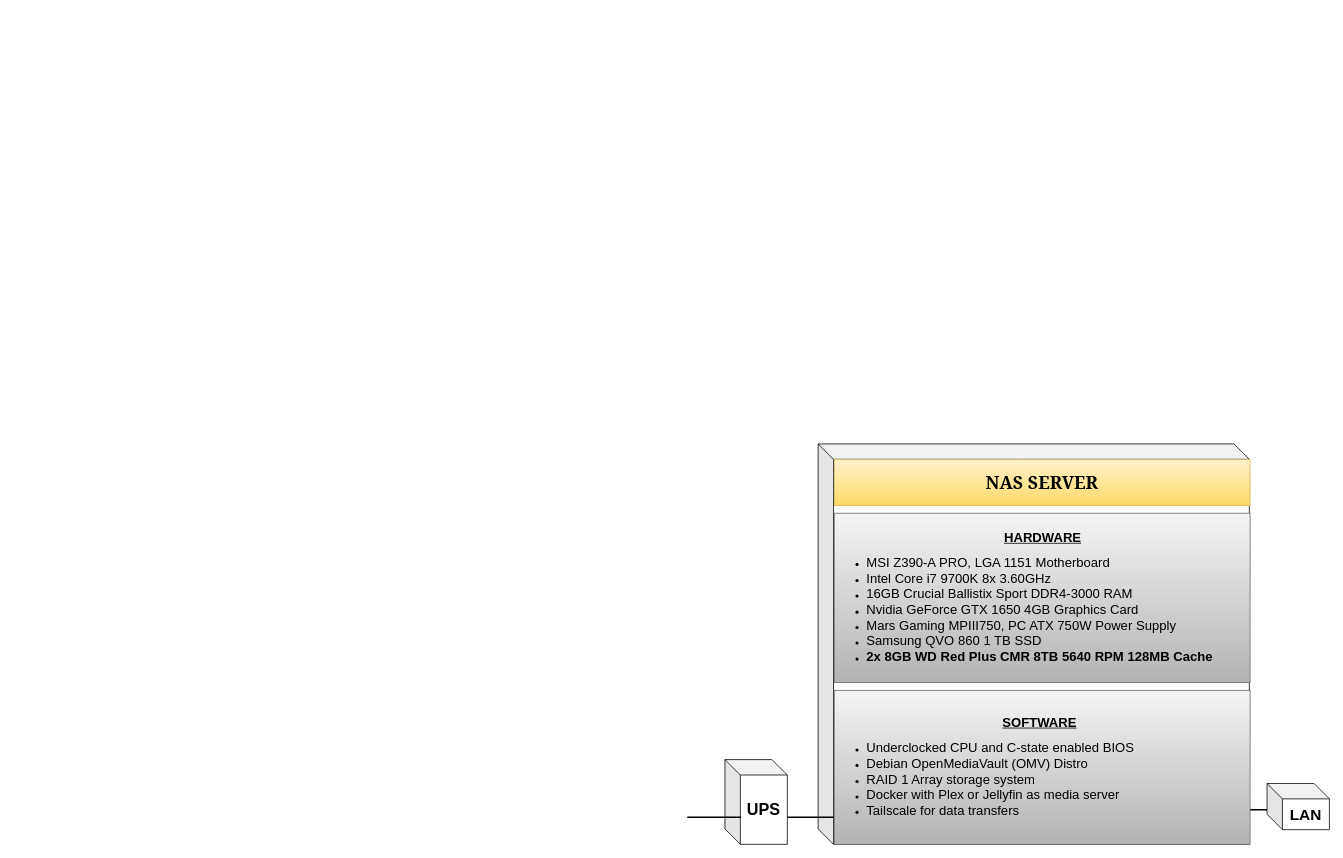
The draw.io diagram Untitled Diagram.drawio in azolash/diagram, before the edit. Source tidied: cells renumbered, new cells numbered last; positions are measured from the earlier drawing's top-left corner, leaving out a move shared by most shapes. Both pictures are drawn from the tidied source at 77%, with x=0, y=0 at pixel (687, 444).
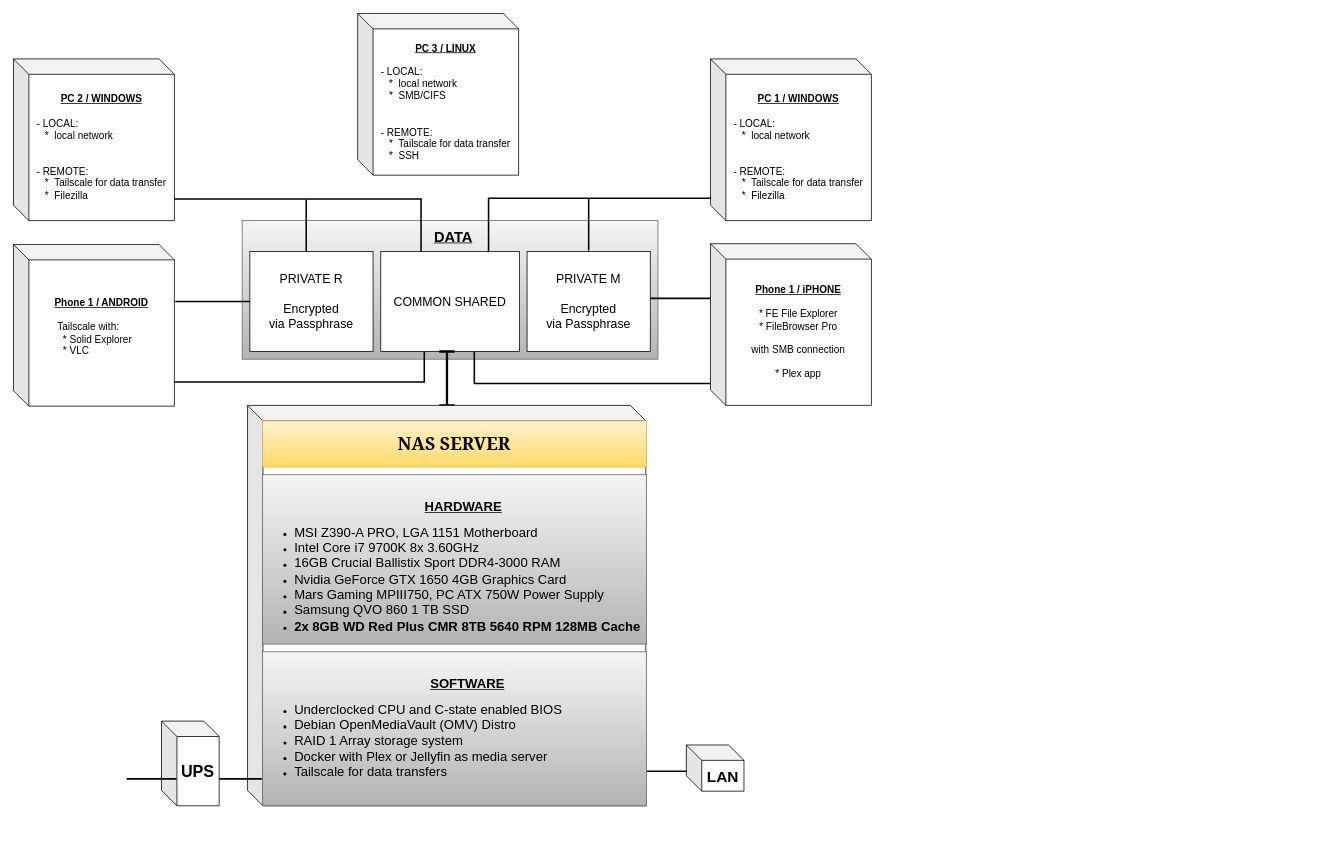
After the change.

Diff of the diagram source:
```diff
@@
-<mxGraphModel>
+<mxGraphModel background="light-dark(#FFFFFF,#000000)">
@@
+    <mxCell id="11" value="&lt;div&gt;&lt;font style=&quot;font-size: 13px;&quot;&gt;&lt;u&gt;&lt;b&gt;PC 1 /&amp;nbsp;&lt;/b&gt;&lt;/u&gt;&lt;/font&gt;&lt;font style=&quot;font-size: 13px;&quot;&gt;&lt;u&gt;&lt;b&gt;&lt;span style=&quot;color: light-dark(rgb(0, 0, 0), rgb(51, 51, 255));&quot;&gt;WINDOWS&lt;/span&gt;&lt;/b&gt;&lt;/u&gt;&lt;/font&gt;&lt;/div&gt;&lt;div&gt;&lt;font style=&quot;font-size: 13px;&quot;&gt;&lt;br&gt;&lt;/font&gt;&lt;/div&gt;&lt;div align=&quot;left&quot;&gt;&lt;font style=&quot;font-size: 13px;&quot;&gt;- LOCAL:&lt;/font&gt;&lt;/div&gt;&lt;div align=&quot;left&quot;&gt;&lt;font style=&quot;font-size: 13px;&quot;&gt;&amp;nbsp; &amp;nbsp;*&amp;nbsp; local network&lt;/font&gt;&lt;/div&gt;&lt;div align=&quot;left&quot;&gt;&lt;font style=&quot;font-size: 13px;&quot;&gt;&lt;br&gt;&lt;/font&gt;&lt;/div&gt;&lt;div align=&quot;left&quot;&gt;&lt;font style=&quot;font-size: 13px;&quot;&gt;&lt;br&gt;&lt;/font&gt;&lt;/div&gt;&lt;div align=&quot;left&quot;&gt;&lt;font style=&quot;font-size: 13px;&quot;&gt;- REMOTE:&lt;/font&gt;&lt;/div&gt;&lt;div align=&quot;left&quot;&gt;&lt;font style=&quot;font-size: 13px;&quot;&gt;&amp;nbsp; &amp;nbsp;*&amp;nbsp; Tailscale for data transfer&lt;/font&gt;&lt;/div&gt;&lt;div align=&quot;left&quot;&gt;&lt;font style=&quot;font-size: 13px;&quot;&gt;&amp;nbsp; &amp;nbsp;*&amp;nbsp; Filezilla&lt;/font&gt;&lt;/div&gt;" style="shape=cube;whiteSpace=wrap;html=1;boundedLbl=1;backgroundOutline=1;darkOpacity=0.05;darkOpacity2=0.1;" parent="1" vertex="1">
+      <mxGeometry x="30.2" y="-500" width="209" height="210" as="geometry" />
+    </mxCell>
+    <mxCell id="12" value="&lt;div&gt;&lt;font style=&quot;font-size: 13px;&quot;&gt;&lt;u&gt;&lt;b&gt;PC 3 / &lt;span style=&quot;color: light-dark(rgb(0, 0, 0), rgb(153, 255, 204));&quot;&gt;LINUX&lt;/span&gt;&lt;/b&gt;&lt;/u&gt;&lt;/font&gt;&lt;/div&gt;&lt;div&gt;&lt;font style=&quot;font-size: 13px;&quot;&gt;&lt;br&gt;&lt;/font&gt;&lt;/div&gt;&lt;div align=&quot;left&quot;&gt;&lt;font style=&quot;font-size: 13px;&quot;&gt;- LOCAL:&lt;/font&gt;&lt;/div&gt;&lt;div align=&quot;left&quot;&gt;&lt;font style=&quot;font-size: 13px;&quot;&gt;&amp;nbsp; &amp;nbsp;*&amp;nbsp; local network&amp;nbsp;&lt;/font&gt;&lt;/div&gt;&lt;div align=&quot;left&quot;&gt;&lt;font style=&quot;font-size: 13px;&quot;&gt;&amp;nbsp; &amp;nbsp;*&amp;nbsp; &lt;span&gt;SMB/CIFS&lt;/span&gt;&lt;/font&gt;&lt;/div&gt;&lt;div align=&quot;left&quot;&gt;&lt;font style=&quot;font-size: 13px;&quot;&gt;&lt;br&gt;&lt;/font&gt;&lt;/div&gt;&lt;div align=&quot;left&quot;&gt;&lt;font style=&quot;font-size: 13px;&quot;&gt;&lt;br&gt;&lt;/font&gt;&lt;/div&gt;&lt;div align=&quot;left&quot;&gt;&lt;font style=&quot;font-size: 13px;&quot;&gt;- REMOTE:&lt;/font&gt;&lt;/div&gt;&lt;div align=&quot;left&quot;&gt;&lt;font style=&quot;font-size: 13px;&quot;&gt;&amp;nbsp; &amp;nbsp;*&amp;nbsp; Tailscale for data transfer&lt;/font&gt;&lt;/div&gt;&lt;div align=&quot;left&quot;&gt;&lt;font style=&quot;font-size: 13px;&quot;&gt;&amp;nbsp; &amp;nbsp;*&amp;nbsp; SSH&lt;/font&gt;&lt;/div&gt;" style="shape=cube;whiteSpace=wrap;html=1;boundedLbl=1;backgroundOutline=1;darkOpacity=0.05;darkOpacity2=0.1;" parent="1" vertex="1">
+      <mxGeometry x="-428" y="-559" width="209" height="210" as="geometry" />
+    </mxCell>
+    <mxCell id="13" style="group;" parent="1" vertex="1">
+      <mxGeometry x="-578" y="-290" width="610" height="360" as="geometry" />
+    </mxCell>
+    <mxCell id="14" value="&lt;blockquote&gt;&lt;blockquote&gt;&lt;blockquote&gt;&lt;blockquote&gt;&lt;blockquote&gt;&lt;div align=&quot;center&quot;&gt;&lt;font style=&quot;font-size: 19px; color: light-dark(rgb(0, 0, 0), rgb(166, 128, 184));&quot;&gt;&lt;b&gt;&amp;nbsp; &amp;nbsp; &amp;nbsp; &amp;nbsp; &amp;nbsp;&lt;u&gt;DATA&lt;/u&gt;&lt;/b&gt;&lt;/font&gt;&lt;/div&gt;&lt;div align=&quot;center&quot;&gt;&lt;font style=&quot;font-size: 19px; color: rgba(0, 0, 0, 0);&quot;&gt;&lt;b&gt;&lt;u&gt;&lt;br&gt;&lt;/u&gt;&lt;/b&gt;&lt;/font&gt;&lt;/div&gt;&lt;div align=&quot;center&quot;&gt;&lt;font style=&quot;font-size: 19px; color: rgba(0, 0, 0, 0);&quot;&gt;&lt;b&gt;&lt;u&gt;&lt;br&gt;&lt;/u&gt;&lt;/b&gt;&lt;/font&gt;&lt;/div&gt;&lt;div align=&quot;center&quot;&gt;&lt;font style=&quot;font-size: 19px; color: rgba(0, 0, 0, 0);&quot;&gt;&lt;b&gt;&lt;u&gt;&lt;br&gt;&lt;/u&gt;&lt;/b&gt;&lt;/font&gt;&lt;/div&gt;&lt;div align=&quot;center&quot;&gt;&lt;font style=&quot;font-size: 19px; color: rgba(0, 0, 0, 0);&quot;&gt;&lt;b&gt;&lt;u&gt;&lt;br&gt;&lt;/u&gt;&lt;/b&gt;&lt;/font&gt;&lt;/div&gt;&lt;div align=&quot;center&quot;&gt;&lt;font style=&quot;font-size: 19px; color: rgba(0, 0, 0, 0);&quot;&gt;&lt;b&gt;&lt;u&gt;&lt;br&gt;&lt;/u&gt;&lt;/b&gt;&lt;/font&gt;&lt;/div&gt;&lt;div align=&quot;center&quot;&gt;&lt;font style=&quot;font-size: 19px; color: rgba(0, 0, 0, 0);&quot;&gt;&lt;b&gt;&lt;u&gt;&lt;br&gt;&lt;/u&gt;&lt;/b&gt;&lt;/font&gt;&lt;/div&gt;&lt;/blockquote&gt;&lt;/blockquote&gt;&lt;/blockquote&gt;&lt;/blockquote&gt;&lt;/blockquote&gt;" style="html=1;whiteSpace=wrap;fillColor=#f5f5f5;strokeColor=#666666;gradientColor=#b3b3b3;align=left;" parent="13" vertex="1">
+      <mxGeometry width="540" height="180" as="geometry" />
+    </mxCell>
+    <mxCell id="15" value="&lt;div&gt;&lt;font style=&quot;font-size: 16px;&quot;&gt;PRIVATE R&lt;/font&gt;&lt;/div&gt;&lt;div&gt;&lt;font style=&quot;font-size: 16px;&quot;&gt;&lt;br&gt;&lt;/font&gt;&lt;/div&gt;&lt;div&gt;&lt;font style=&quot;font-size: 16px;&quot;&gt;Encrypted&lt;/font&gt;&lt;/div&gt;&lt;div&gt;&lt;font style=&quot;font-size: 16px;&quot;&gt;via Passphrase&lt;/font&gt;&lt;/div&gt;" style="rounded=0;whiteSpace=wrap;html=1;" parent="13" vertex="1">
+      <mxGeometry x="10" y="40" width="160" height="130" as="geometry" />
+    </mxCell>
+    <mxCell id="16" value="&lt;font style=&quot;font-size: 16px;&quot;&gt;COMMON SHARED&lt;/font&gt;" style="rounded=0;whiteSpace=wrap;html=1;" parent="13" vertex="1">
+      <mxGeometry x="180" y="40" width="180" height="130" as="geometry" />
+    </mxCell>
+    <mxCell id="17" value="&lt;div&gt;&lt;font style=&quot;font-size: 16px;&quot;&gt;PRIVATE M&lt;/font&gt;&lt;/div&gt;&lt;div&gt;&lt;font style=&quot;font-size: 16px;&quot;&gt;&lt;br&gt;&lt;/font&gt;&lt;/div&gt;&lt;div&gt;&lt;font style=&quot;font-size: 16px;&quot;&gt;Encrypted&lt;/font&gt;&lt;/div&gt;&lt;div&gt;&lt;font style=&quot;font-size: 16px;&quot;&gt;via Passphrase&lt;/font&gt;&lt;/div&gt;" style="rounded=0;whiteSpace=wrap;html=1;" parent="13" vertex="1">
+      <mxGeometry x="370" y="40" width="160" height="130" as="geometry" />
+    </mxCell>
+    <mxCell id="18" style="line;strokeWidth=2;html=1;perimeter=backbonePerimeter;" parent="13" vertex="1">
+      <mxGeometry x="-87" y="85" width="97" height="40" as="geometry" />
+    </mxCell>
+    <mxCell id="19" style="line;strokeWidth=2;html=1;perimeter=backbonePerimeter;" parent="13" vertex="1">
+      <mxGeometry x="530" y="81" width="80" height="40" as="geometry" />
+    </mxCell>
+    <mxCell id="20" style="shape=partialRectangle;whiteSpace=wrap;html=1;bottom=0;right=0;fillColor=none;rotation=-90;strokeWidth=2;" parent="13" vertex="1">
+      <mxGeometry x="435.5" y="37" width="40.5" height="308.5" as="geometry" />
+    </mxCell>
+    <mxCell id="21" style="shape=partialRectangle;whiteSpace=wrap;html=1;bottom=0;right=0;fillColor=none;rotation=-180;strokeWidth=2;" parent="13" vertex="1">
+      <mxGeometry x="-93.5" y="171" width="330" height="38.5" as="geometry" />
+    </mxCell>
+    <mxCell id="22" style="shape=partialRectangle;whiteSpace=wrap;html=1;bottom=0;right=0;fillColor=none;strokeWidth=2;" parent="13" vertex="1">
+      <mxGeometry x="320" y="-29" width="288.2" height="69" as="geometry" />
+    </mxCell>
+    <mxCell id="23" style="line;strokeWidth=2;html=1;rotation=90;" parent="13" vertex="1">
+      <mxGeometry x="49.5" y="1.2" width="67.4" height="10" as="geometry" />
+    </mxCell>
+    <mxCell id="24" style="line;strokeWidth=2;html=1;rotation=90;" parent="13" vertex="1">
+      <mxGeometry x="416.5" y="0.5" width="67" height="10" as="geometry" />
+    </mxCell>
+    <mxCell id="25" style="shape=crossbar;whiteSpace=wrap;html=1;rounded=1;direction=south;strokeWidth=3;" parent="13" vertex="1">
+      <mxGeometry x="256" y="170" width="20" height="70" as="geometry" />
+    </mxCell>
+    <mxCell id="26" value="&lt;div&gt;&lt;font style=&quot;font-size: 13px;&quot;&gt;&lt;u&gt;&lt;b&gt;PC 2 / &lt;span style=&quot;color: light-dark(rgb(0, 0, 0), rgb(51, 51, 255));&quot;&gt;WINDOWS&lt;/span&gt;&lt;/b&gt;&lt;/u&gt;&lt;/font&gt;&lt;/div&gt;&lt;div&gt;&lt;font style=&quot;font-size: 13px;&quot;&gt;&lt;br&gt;&lt;/font&gt;&lt;/div&gt;&lt;div align=&quot;left&quot;&gt;&lt;font style=&quot;font-size: 13px;&quot;&gt;- LOCAL:&lt;/font&gt;&lt;/div&gt;&lt;div align=&quot;left&quot;&gt;&lt;font style=&quot;font-size: 13px;&quot;&gt;&amp;nbsp; &amp;nbsp;*&amp;nbsp; local network&lt;/font&gt;&lt;/div&gt;&lt;div align=&quot;left&quot;&gt;&lt;font style=&quot;font-size: 13px;&quot;&gt;&lt;br&gt;&lt;/font&gt;&lt;/div&gt;&lt;div align=&quot;left&quot;&gt;&lt;font style=&quot;font-size: 13px;&quot;&gt;&lt;br&gt;&lt;/font&gt;&lt;/div&gt;&lt;div align=&quot;left&quot;&gt;&lt;font style=&quot;font-size: 13px;&quot;&gt;- REMOTE:&lt;/font&gt;&lt;/div&gt;&lt;div align=&quot;left&quot;&gt;&lt;font style=&quot;font-size: 13px;&quot;&gt;&amp;nbsp; &amp;nbsp;*&amp;nbsp; Tailscale for data transfer&lt;/font&gt;&lt;/div&gt;&lt;div align=&quot;left&quot;&gt;&lt;font style=&quot;font-size: 13px;&quot;&gt;&amp;nbsp; &amp;nbsp;*&amp;nbsp; Filezilla&lt;/font&gt;&lt;/div&gt;" style="shape=cube;whiteSpace=wrap;html=1;boundedLbl=1;backgroundOutline=1;darkOpacity=0.05;darkOpacity2=0.1;" parent="1" vertex="1">
+      <mxGeometry x="-875" y="-500" width="209" height="210" as="geometry" />
+    </mxCell>
+    <mxCell id="27" value="&lt;div&gt;&lt;font style=&quot;font-size: 13px;&quot;&gt;&lt;u&gt;&lt;b&gt;Phone 1 / &lt;span style=&quot;color: light-dark(rgb(0, 0, 0), rgb(82, 163, 0));&quot;&gt;iPHONE&lt;/span&gt;&lt;/b&gt;&lt;/u&gt;&lt;/font&gt;&lt;/div&gt;&lt;div&gt;&lt;font style=&quot;font-size: 13px;&quot;&gt;&lt;br&gt;&lt;/font&gt;&lt;/div&gt;&lt;div&gt;&lt;font style=&quot;font-size: 13px;&quot;&gt;&lt;span&gt;* FE File Explorer&lt;/span&gt;&lt;/font&gt;&lt;/div&gt;&lt;div&gt;&lt;font style=&quot;font-size: 13px;&quot;&gt;&lt;span&gt;* FileBrowser Pro&lt;/span&gt;&lt;/font&gt;&lt;/div&gt;&lt;div&gt;&lt;font style=&quot;font-size: 13px;&quot;&gt;&lt;span&gt;&lt;br&gt;&lt;/span&gt;&lt;/font&gt;&lt;/div&gt;&lt;div&gt;&lt;font style=&quot;font-size: 13px;&quot;&gt;&lt;span&gt;with&amp;nbsp;&lt;/span&gt;&lt;span&gt;SMB connection&lt;/span&gt;&lt;/font&gt;&lt;/div&gt;&lt;div&gt;&lt;font style=&quot;font-size: 13px;&quot;&gt;&lt;span&gt;&lt;br&gt;&lt;/span&gt;&lt;/font&gt;&lt;/div&gt;&lt;div&gt;&lt;font style=&quot;font-size: 13px;&quot;&gt;&lt;span&gt;* Plex app&lt;/span&gt;&lt;/font&gt;&lt;/div&gt;" style="shape=cube;whiteSpace=wrap;html=1;boundedLbl=1;backgroundOutline=1;darkOpacity=0.05;darkOpacity2=0.1;" parent="1" vertex="1">
+      <mxGeometry x="30.2" y="-260" width="209" height="210" as="geometry" />
+    </mxCell>
+    <mxCell id="28" value="&lt;div&gt;&lt;font style=&quot;font-size: 13px;&quot;&gt;&lt;u&gt;&lt;b&gt;Phone 1 / &lt;span style=&quot;color: light-dark(rgb(0, 0, 0), rgb(255, 149, 37));&quot;&gt;ANDROID&lt;/span&gt;&lt;/b&gt;&lt;/u&gt;&lt;/font&gt;&lt;/div&gt;&lt;div&gt;&lt;font style=&quot;font-size: 13px;&quot;&gt;&lt;br&gt;&lt;/font&gt;&lt;/div&gt;&lt;div align=&quot;left&quot;&gt;&lt;font style=&quot;font-size: 13px;&quot;&gt;&amp;nbsp;Tailscale with:&lt;/font&gt;&lt;/div&gt;&lt;div align=&quot;left&quot;&gt;&lt;div align=&quot;left&quot;&gt;&lt;font style=&quot;font-size: 13px;&quot;&gt;&amp;nbsp; &amp;nbsp;* Solid Explorer&lt;/font&gt;&lt;/div&gt;&lt;div align=&quot;left&quot;&gt;&lt;font style=&quot;font-size: 13px;&quot;&gt;&amp;nbsp; &amp;nbsp;* VLC&lt;/font&gt;&lt;/div&gt;&lt;font style=&quot;font-size: 13px;&quot;&gt;&lt;br&gt;&lt;/font&gt;&lt;/div&gt;" style="shape=cube;whiteSpace=wrap;html=1;boundedLbl=1;backgroundOutline=1;darkOpacity=0.05;darkOpacity2=0.1;" parent="1" vertex="1">
+      <mxGeometry x="-875" y="-259" width="209" height="210" as="geometry" />
+    </mxCell>
+    <mxCell id="29" style="shape=partialRectangle;whiteSpace=wrap;html=1;bottom=0;right=0;fillColor=none;rotation=90;strokeWidth=2;" parent="1" vertex="1">
+      <mxGeometry x="-539" y="-444.5" width="66.8" height="319.8" as="geometry" />
+    </mxCell>
+    <mxCell id="30" style="group;" parent="1" vertex="1">
+      <mxGeometry x="-728" y="-50" width="801.7" height="520" as="geometry" />
+    </mxCell>
-    <mxCell id="2" style="shape=cube;whiteSpace=wrap;html=1;boundedLbl=1;backgroundOutline=1;darkOpacity=0.05;darkOpacity2=0.1;" parent="1" vertex="1">
-      <mxGeometry x="170" width="560" height="520" as="geometry" />
+    <mxCell id="2" style="shape=cube;whiteSpace=wrap;html=1;boundedLbl=1;backgroundOutline=1;darkOpacity=0.05;darkOpacity2=0.1;" parent="30" vertex="1">
+      <mxGeometry x="157" width="517.2" height="520" as="geometry" />
     </mxCell>
-    <mxCell id="3" value="&lt;b&gt;&lt;font style=&quot;font-size: 21px;&quot;&gt;UPS&lt;/font&gt;&lt;/b&gt;" style="shape=cube;whiteSpace=wrap;html=1;boundedLbl=1;backgroundOutline=1;darkOpacity=0.05;darkOpacity2=0.1;" parent="1" vertex="1">
-      <mxGeometry x="49" y="410" width="81" height="110" as="geometry" />
+    <mxCell id="3" value="&lt;b&gt;&lt;font style=&quot;font-size: 21px;&quot;&gt;UPS&lt;/font&gt;&lt;/b&gt;" style="shape=cube;whiteSpace=wrap;html=1;boundedLbl=1;backgroundOutline=1;darkOpacity=0.05;darkOpacity2=0.1;" parent="30" vertex="1">
+      <mxGeometry x="45.3" y="410" width="74.8" height="110" as="geometry" />
     </mxCell>
-    <mxCell id="4" style="line;strokeWidth=2;html=1;" parent="1" vertex="1">
-      <mxGeometry x="600" y="470" width="230" height="10" as="geometry" />
+    <mxCell id="4" style="line;strokeWidth=2;html=1;" parent="30" vertex="1">
+      <mxGeometry x="554.2" y="470" width="212.4" height="10" as="geometry" />
     </mxCell>
-    <mxCell id="5" value="&lt;font face=&quot;Georgia&quot; style=&quot;font-size: 23px;&quot;&gt;&lt;b&gt;NAS SERVER&lt;/b&gt;&lt;/font&gt;" style="html=1;whiteSpace=wrap;fillColor=#fff2cc;gradientColor=#ffd966;strokeColor=#d6b656;" parent="1" vertex="1">
-      <mxGeometry x="191" y="20" width="540" height="60" as="geometry" />
+    <mxCell id="5" value="&lt;font face=&quot;Georgia&quot; style=&quot;font-size: 23px;&quot;&gt;&lt;b&gt;NAS SERVER&lt;/b&gt;&lt;/font&gt;" style="html=1;whiteSpace=wrap;fillColor=#fff2cc;gradientColor=#ffd966;strokeColor=#d6b656;" parent="30" vertex="1">
+      <mxGeometry x="176.4" y="20" width="498.8" height="60" as="geometry" />
     </mxCell>
-    <mxCell id="6" value="&lt;blockquote&gt;&lt;blockquote&gt;&lt;blockquote&gt;&lt;blockquote&gt;&lt;blockquote&gt;&lt;div align=&quot;center&quot;&gt;&lt;font style=&quot;font-size: 17px;&quot;&gt;&lt;b&gt;&lt;font&gt;&amp;nbsp; &amp;nbsp;&amp;nbsp;&lt;u&gt;HARDWARE&lt;/u&gt;&lt;/font&gt;&lt;/b&gt;&lt;/font&gt;&lt;/div&gt;&lt;/blockquote&gt;&lt;/blockquote&gt;&lt;/blockquote&gt;&lt;/blockquote&gt;&lt;/blockquote&gt;&lt;div align=&quot;left&quot;&gt;&lt;ul&gt;&lt;li&gt;&lt;font style=&quot;font-size: 17px;&quot;&gt;MSI Z390-A PRO, LGA 1151 Motherboard&lt;/font&gt;&lt;/li&gt;&lt;li&gt;&lt;font style=&quot;font-size: 17px;&quot;&gt;Intel Core i7 9700K 8x 3.60GHz&lt;/font&gt;&lt;/li&gt;&lt;li&gt;&lt;font style=&quot;font-size: 17px;&quot;&gt;16GB Crucial Ballistix Sport DDR4-3000 RAM&lt;/font&gt;&lt;/li&gt;&lt;li&gt;&lt;font style=&quot;font-size: 17px;&quot;&gt;Nvidia GeForce GTX 1650 4GB Graphics Card&lt;/font&gt;&lt;/li&gt;&lt;li&gt;&lt;font style=&quot;font-size: 17px;&quot;&gt;Mars Gaming MPIII750, PC ATX 750W Power Supply&lt;/font&gt;&lt;/li&gt;&lt;li&gt;&lt;font style=&quot;font-size: 17px;&quot;&gt;Samsung QVO 860 1 TB SSD&lt;/font&gt;&lt;/li&gt;&lt;li&gt;&lt;font style=&quot;color: light-dark(rgb(0, 0, 0), rgb(204, 204, 0)); font-size: 17px;&quot;&gt;&lt;b&gt;2x 8GB WD Red Plus CMR 8TB 5640 RPM 128MB Cache&lt;/b&gt;&lt;/font&gt;&lt;/li&gt;&lt;/ul&gt;&lt;/div&gt;" style="html=1;whiteSpace=wrap;fillColor=#f5f5f5;strokeColor=#666666;gradientColor=#b3b3b3;align=left;" parent="1" vertex="1">
-      <mxGeometry x="191" y="90" width="540" height="220" as="geometry" />
+    <mxCell id="6" value="&lt;blockquote&gt;&lt;blockquote&gt;&lt;blockquote&gt;&lt;blockquote&gt;&lt;blockquote&gt;&lt;div align=&quot;center&quot;&gt;&lt;font style=&quot;font-size: 17px;&quot;&gt;&lt;b&gt;&lt;font&gt;&amp;nbsp; &amp;nbsp;&amp;nbsp;&lt;u&gt;HARDWARE&lt;/u&gt;&lt;/font&gt;&lt;/b&gt;&lt;/font&gt;&lt;/div&gt;&lt;/blockquote&gt;&lt;/blockquote&gt;&lt;/blockquote&gt;&lt;/blockquote&gt;&lt;/blockquote&gt;&lt;div align=&quot;left&quot;&gt;&lt;ul&gt;&lt;li&gt;&lt;font style=&quot;font-size: 17px;&quot;&gt;MSI Z390-A PRO, LGA 1151 Motherboard&lt;/font&gt;&lt;/li&gt;&lt;li&gt;&lt;font style=&quot;font-size: 17px;&quot;&gt;Intel Core i7 9700K 8x 3.60GHz&lt;/font&gt;&lt;/li&gt;&lt;li&gt;&lt;font style=&quot;font-size: 17px;&quot;&gt;16GB Crucial Ballistix Sport DDR4-3000 RAM&lt;/font&gt;&lt;/li&gt;&lt;li&gt;&lt;font style=&quot;font-size: 17px;&quot;&gt;Nvidia GeForce GTX 1650 4GB Graphics Card&lt;/font&gt;&lt;/li&gt;&lt;li&gt;&lt;font style=&quot;font-size: 17px;&quot;&gt;Mars Gaming MPIII750, PC ATX 750W Power Supply&lt;/font&gt;&lt;/li&gt;&lt;li&gt;&lt;font style=&quot;font-size: 17px;&quot;&gt;Samsung QVO 860 1 TB SSD&lt;/font&gt;&lt;/li&gt;&lt;li&gt;&lt;font style=&quot;color: light-dark(rgb(0, 0, 0), rgb(204, 204, 0)); font-size: 17px;&quot;&gt;&lt;b&gt;2x 8GB WD Red Plus CMR 8TB 5640 RPM 128MB Cache&lt;/b&gt;&lt;/font&gt;&lt;/li&gt;&lt;/ul&gt;&lt;/div&gt;" style="html=1;whiteSpace=wrap;fillColor=#f5f5f5;strokeColor=#666666;gradientColor=#b3b3b3;align=left;" parent="30" vertex="1">
+      <mxGeometry x="176.4" y="90" width="498.8" height="220" as="geometry" />
     </mxCell>
-    <mxCell id="7" value="&lt;blockquote&gt;&lt;blockquote&gt;&lt;blockquote&gt;&lt;blockquote&gt;&lt;div align=&quot;center&quot;&gt;&lt;font face=&quot;Helvetica&quot; style=&quot;font-size: 17px;&quot;&gt;&lt;b&gt;&lt;font&gt;&amp;nbsp; &amp;nbsp; &amp;nbsp; &amp;nbsp; &amp;nbsp; &amp;nbsp; &lt;u&gt;SOFTWARE&lt;/u&gt;&lt;/font&gt;&lt;/b&gt;&lt;/font&gt;&lt;/div&gt;&lt;/blockquote&gt;&lt;/blockquote&gt;&lt;/blockquote&gt;&lt;/blockquote&gt;&lt;div align=&quot;left&quot;&gt;&lt;ul&gt;&lt;li&gt;&lt;font face=&quot;Helvetica&quot; style=&quot;font-size: 17px;&quot;&gt;Underclocked CPU and C-state enabled BIOS&lt;/font&gt;&lt;/li&gt;&lt;li&gt;&lt;font face=&quot;Helvetica&quot; style=&quot;font-size: 17px;&quot;&gt;Debian OpenMediaVault (OMV) Distro&lt;/font&gt;&lt;/li&gt;&lt;li&gt;&lt;font face=&quot;Helvetica&quot; style=&quot;font-size: 17px;&quot;&gt;RAID 1 Array storage system&lt;/font&gt;&lt;/li&gt;&lt;li&gt;&lt;font face=&quot;Helvetica&quot; style=&quot;font-size: 17px;&quot;&gt;Docker with Plex or Jellyfin as media server&lt;/font&gt;&lt;/li&gt;&lt;li&gt;&lt;font face=&quot;Helvetica&quot; style=&quot;font-size: 17px;&quot;&gt;Tailscale for data transfers&lt;/font&gt;&lt;/li&gt;&lt;/ul&gt;&lt;/div&gt;" style="html=1;whiteSpace=wrap;fillColor=#f5f5f5;strokeColor=#666666;gradientColor=#b3b3b3;align=left;" parent="1" vertex="1">
-      <mxGeometry x="191" y="320" width="540" height="200" as="geometry" />
+    <mxCell id="7" value="&lt;blockquote&gt;&lt;blockquote&gt;&lt;blockquote&gt;&lt;blockquote&gt;&lt;div align=&quot;center&quot;&gt;&lt;font face=&quot;Helvetica&quot; style=&quot;font-size: 17px;&quot;&gt;&lt;b&gt;&lt;font&gt;&amp;nbsp; &amp;nbsp; &amp;nbsp; &amp;nbsp; &amp;nbsp; &amp;nbsp; &lt;u&gt;SOFTWARE&lt;/u&gt;&lt;/font&gt;&lt;/b&gt;&lt;/font&gt;&lt;/div&gt;&lt;/blockquote&gt;&lt;/blockquote&gt;&lt;/blockquote&gt;&lt;/blockquote&gt;&lt;div align=&quot;left&quot;&gt;&lt;ul&gt;&lt;li&gt;&lt;font face=&quot;Helvetica&quot; style=&quot;font-size: 17px;&quot;&gt;Underclocked CPU and C-state enabled BIOS&lt;/font&gt;&lt;/li&gt;&lt;li&gt;&lt;font face=&quot;Helvetica&quot; style=&quot;font-size: 17px;&quot;&gt;Debian OpenMediaVault (OMV) Distro&lt;/font&gt;&lt;/li&gt;&lt;li&gt;&lt;font face=&quot;Helvetica&quot; style=&quot;font-size: 17px;&quot;&gt;RAID 1 Array storage system&lt;/font&gt;&lt;/li&gt;&lt;li&gt;&lt;font face=&quot;Helvetica&quot; style=&quot;font-size: 17px;&quot;&gt;Docker with Plex or Jellyfin as media server&lt;/font&gt;&lt;/li&gt;&lt;li&gt;&lt;font face=&quot;Helvetica&quot; style=&quot;font-size: 17px;&quot;&gt;Tailscale for data transfers&lt;/font&gt;&lt;/li&gt;&lt;/ul&gt;&lt;/div&gt;" style="html=1;whiteSpace=wrap;fillColor=#f5f5f5;strokeColor=#666666;gradientColor=#b3b3b3;align=left;" parent="30" vertex="1">
+      <mxGeometry x="176.4" y="320" width="498.8" height="200" as="geometry" />
     </mxCell>
-    <mxCell id="8" style="line;strokeWidth=2;html=1;" parent="1" vertex="1">
-      <mxGeometry x="130" y="480" width="60" height="10" as="geometry" />
+    <mxCell id="8" style="line;strokeWidth=2;html=1;" parent="30" vertex="1">
+      <mxGeometry x="120.1" y="480" width="55.4" height="10" as="geometry" />
     </mxCell>
-    <mxCell id="9" style="line;strokeWidth=2;html=1;" parent="1" vertex="1">
-      <mxGeometry y="480" width="70" height="10" as="geometry" />
+    <mxCell id="9" style="line;strokeWidth=2;html=1;" parent="30" vertex="1">
+      <mxGeometry y="480" width="64.7" height="10" as="geometry" />
     </mxCell>
-    <mxCell id="10" value="&lt;b&gt;&lt;font style=&quot;font-size: 20px;&quot;&gt;LAN&lt;/font&gt;&lt;/b&gt;" style="shape=cube;whiteSpace=wrap;html=1;boundedLbl=1;backgroundOutline=1;darkOpacity=0.05;darkOpacity2=0.1;" parent="1" vertex="1">
-      <mxGeometry x="753" y="441" width="81" height="60" as="geometry" />
+    <mxCell id="10" value="&lt;b&gt;&lt;font style=&quot;font-size: 20px;&quot;&gt;LAN&lt;/font&gt;&lt;/b&gt;" style="shape=cube;whiteSpace=wrap;html=1;boundedLbl=1;backgroundOutline=1;darkOpacity=0.05;darkOpacity2=0.1;" parent="30" vertex="1">
+      <mxGeometry x="726.9" y="441" width="74.8" height="60" as="geometry" />
     </mxCell>
```
